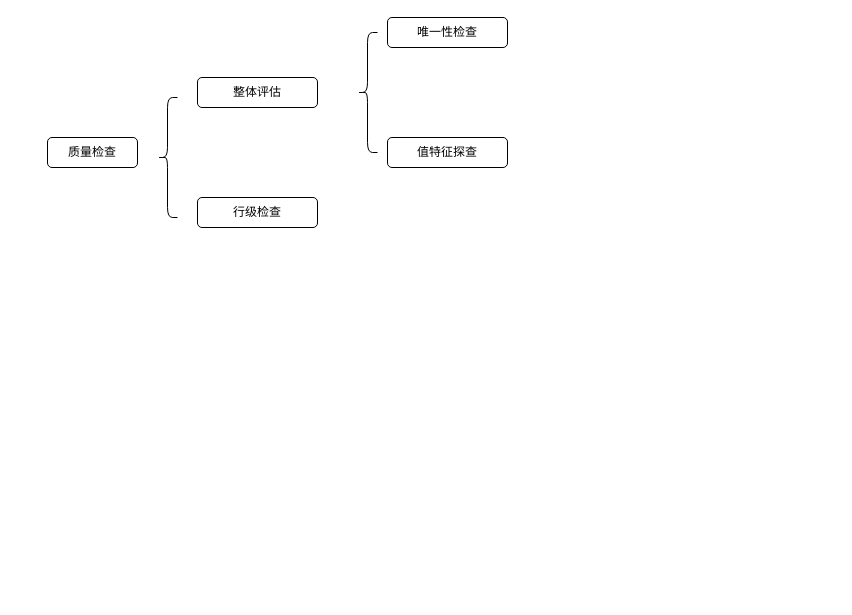
This is 数据质量.drawio from JefferNew/data2wisdom, a draw.io file, before an edit. Source tidied: cells renumbered, new cells numbered last; positions are measured from the earlier drawing's top-left corner, leaving out a move shared by most shapes. Both pictures are drawn from the tidied source at 100%, with x=0, y=0 at pixel (47, 17).
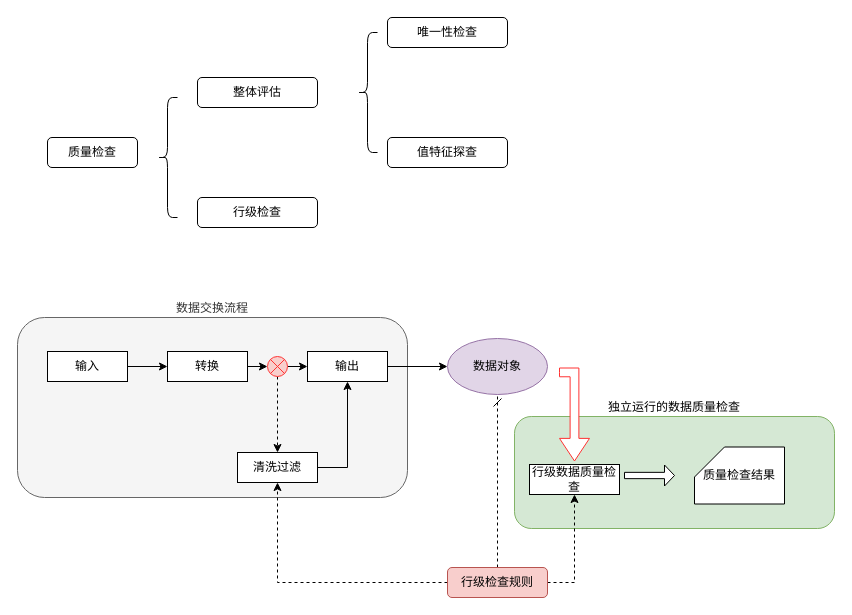
The same diagram, later.

Diff of the diagram source:
```diff
@@
+    <mxCell id="9" value="独立运行的数据质量检查" style="rounded=1;whiteSpace=wrap;html=1;labelPosition=center;verticalLabelPosition=top;align=center;verticalAlign=bottom;fillColor=#d5e8d4;strokeColor=#82b366;" parent="1" vertex="1">
+      <mxGeometry x="467" y="399" width="320" height="112" as="geometry" />
+    </mxCell>
+    <mxCell id="10" value="数据交换流程" style="rounded=1;whiteSpace=wrap;html=1;labelPosition=center;verticalLabelPosition=top;align=center;verticalAlign=bottom;fillColor=#f5f5f5;strokeColor=#666666;fontColor=#333333;" parent="1" vertex="1">
+      <mxGeometry x="-30" y="300" width="390" height="180" as="geometry" />
+    </mxCell>
@@
+    <mxCell id="11" value="数据对象" style="ellipse;whiteSpace=wrap;html=1;fillColor=#e1d5e7;strokeColor=#9673a6;" parent="1" vertex="1">
+      <mxGeometry x="400" y="321" width="100" height="56" as="geometry" />
+    </mxCell>
+    <mxCell id="12" style="edgeStyle=orthogonalEdgeStyle;rounded=0;jettySize=auto;html=1;exitX=1;exitY=0.5;exitDx=0;exitDy=0;entryX=0;entryY=0.5;entryDx=0;entryDy=0;" parent="1" edge="1" source="13" target="15">
+      <mxGeometry relative="1" as="geometry" />
+    </mxCell>
+    <mxCell id="13" value="输入" style="rounded=0;whiteSpace=wrap;html=1;" parent="1" vertex="1">
+      <mxGeometry y="334" width="80" height="30" as="geometry" />
+    </mxCell>
+    <mxCell id="14" style="edgeStyle=orthogonalEdgeStyle;rounded=0;jettySize=auto;html=1;exitX=1;exitY=0.5;exitDx=0;exitDy=0;entryX=0;entryY=0.5;entryDx=0;entryDy=0;" parent="1" edge="1" source="28" target="17">
+      <mxGeometry relative="1" as="geometry" />
+    </mxCell>
+    <mxCell id="15" value="转换" style="rounded=0;whiteSpace=wrap;html=1;" parent="1" vertex="1">
+      <mxGeometry x="120" y="334" width="80" height="30" as="geometry" />
+    </mxCell>
+    <mxCell id="16" style="edgeStyle=orthogonalEdgeStyle;rounded=0;jettySize=auto;html=1;exitX=1;exitY=0.5;exitDx=0;exitDy=0;entryX=0;entryY=0.5;entryDx=0;entryDy=0;" parent="1" edge="1" source="17" target="11">
+      <mxGeometry relative="1" as="geometry" />
+    </mxCell>
+    <mxCell id="17" value="输出" style="rounded=0;whiteSpace=wrap;html=1;" parent="1" vertex="1">
+      <mxGeometry x="260" y="334" width="80" height="30" as="geometry" />
+    </mxCell>
+    <mxCell id="18" style="edgeStyle=orthogonalEdgeStyle;rounded=0;jettySize=auto;html=1;exitX=0;exitY=0.5;exitDx=0;exitDy=0;entryX=0.5;entryY=1;entryDx=0;entryDy=0;dashed=1;" parent="1" edge="1" source="21" target="23">
+      <mxGeometry relative="1" as="geometry" />
+    </mxCell>
+    <mxCell id="19" style="edgeStyle=orthogonalEdgeStyle;rounded=0;jettySize=auto;html=1;exitX=1;exitY=0.5;exitDx=0;exitDy=0;entryX=0.5;entryY=1;entryDx=0;entryDy=0;dashed=1;" parent="1" edge="1" source="21" target="24">
+      <mxGeometry relative="1" as="geometry" />
+    </mxCell>
+    <mxCell id="20" style="edgeStyle=orthogonalEdgeStyle;rounded=0;jettySize=auto;html=1;exitX=0.5;exitY=0;exitDx=0;exitDy=0;entryX=0.5;entryY=1;entryDx=0;entryDy=0;dashed=1;endArrow=dash;endFill=0;" parent="1" edge="1" source="21" target="11">
+      <mxGeometry relative="1" as="geometry" />
+    </mxCell>
+    <mxCell id="21" value="行级检查规则" style="rounded=1;whiteSpace=wrap;html=1;fillColor=#f8cecc;strokeColor=#b85450;" parent="1" vertex="1">
+      <mxGeometry x="400" y="550" width="100" height="30" as="geometry" />
+    </mxCell>
+    <mxCell id="22" style="edgeStyle=orthogonalEdgeStyle;rounded=0;jettySize=auto;html=1;exitX=1;exitY=0.5;exitDx=0;exitDy=0;entryX=0.5;entryY=1;entryDx=0;entryDy=0;" parent="1" edge="1" source="23" target="17">
+      <mxGeometry relative="1" as="geometry" />
+    </mxCell>
+    <mxCell id="23" value="清洗过滤" style="rounded=0;whiteSpace=wrap;html=1;" parent="1" vertex="1">
+      <mxGeometry x="190" y="435" width="80" height="30" as="geometry" />
+    </mxCell>
+    <mxCell id="24" value="行级数据质量检查" style="rounded=0;whiteSpace=wrap;html=1;" parent="1" vertex="1">
+      <mxGeometry x="482" y="447" width="90" height="30" as="geometry" />
+    </mxCell>
+    <mxCell id="25" value="质量检查结果" style="shape=card;whiteSpace=wrap;html=1;" parent="1" vertex="1">
+      <mxGeometry x="647" y="429.5" width="90" height="57" as="geometry" />
+    </mxCell>
+    <mxCell id="26" style="shape=singleArrow;whiteSpace=wrap;html=1;" parent="1" vertex="1">
+      <mxGeometry x="577" y="447.5" width="50" height="21" as="geometry" />
+    </mxCell>
+    <mxCell id="27" style="edgeStyle=orthogonalEdgeStyle;rounded=0;jettySize=auto;html=1;entryX=0.5;entryY=0;entryDx=0;entryDy=0;dashed=1;" parent="1" edge="1" source="28" target="23">
+      <mxGeometry relative="1" as="geometry" />
+    </mxCell>
+    <mxCell id="28" style="shape=sumEllipse;perimeter=ellipsePerimeter;whiteSpace=wrap;html=1;backgroundOutline=1;fillColor=#f8cecc;strokeColor=#FF3333;" parent="1" vertex="1">
+      <mxGeometry x="220" y="339" width="20" height="20" as="geometry" />
+    </mxCell>
+    <mxCell id="29" style="edgeStyle=orthogonalEdgeStyle;rounded=0;jettySize=auto;html=1;exitX=1;exitY=0.5;exitDx=0;exitDy=0;entryX=0;entryY=0.5;entryDx=0;entryDy=0;" parent="1" edge="1" source="15" target="28">
+      <mxGeometry relative="1" as="geometry" />
+    </mxCell>
+    <mxCell id="30" style="html=1;shadow=0;dashed=0;align=center;verticalAlign=middle;shape=mxgraph.arrows2.bendArrow;dy=4.39;dx=22.61;notch=0;arrowHead=36.67;rounded=0;strokeColor=#FF3333;rotation=90;" parent="1" vertex="1">
+      <mxGeometry x="480.5" y="382" width="93" height="30" as="geometry" />
+    </mxCell>
```
